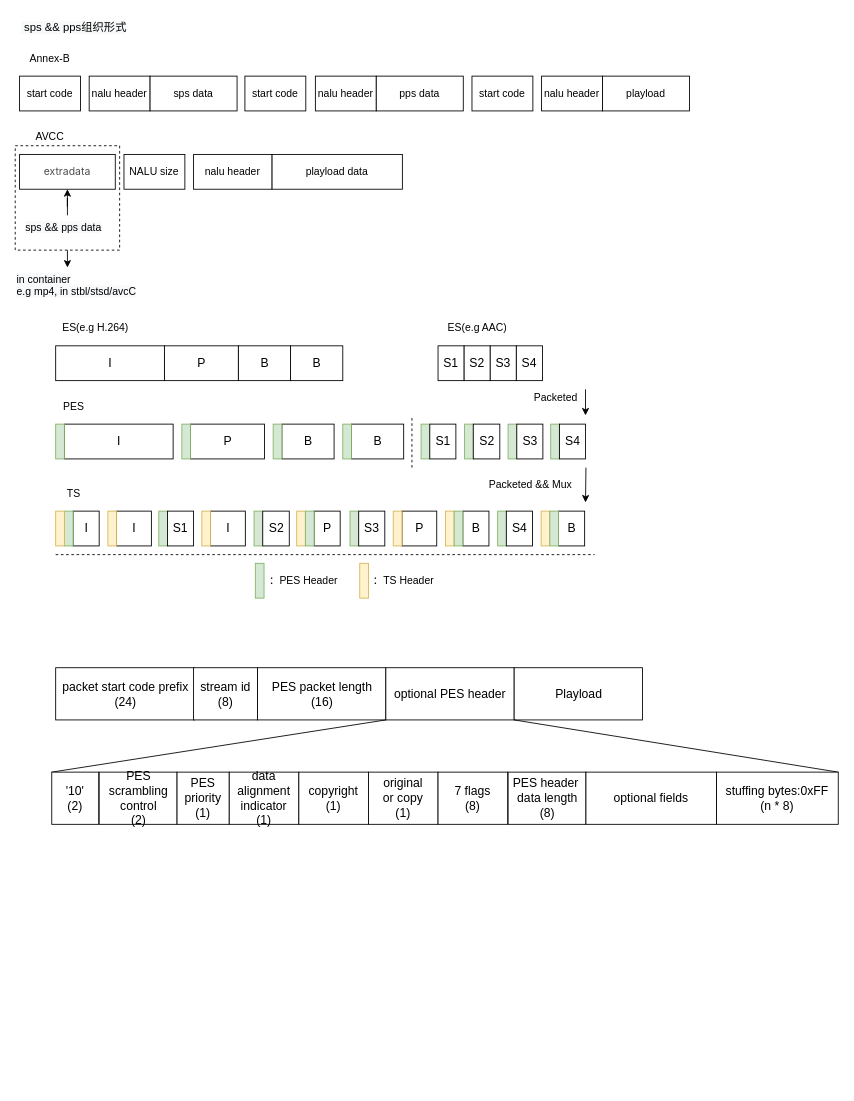
Ritchie-Lin/items keeps this draw.io diagram as drawSomething.drawio. Above is the earlier version. Source tidied: cells renumbered, new cells numbered last; positions are measured from the earlier drawing's top-left corner, leaving out a move shared by most shapes. Both pictures are drawn from the tidied source at 87%, with x=0, y=0 at pixel (15, 15).
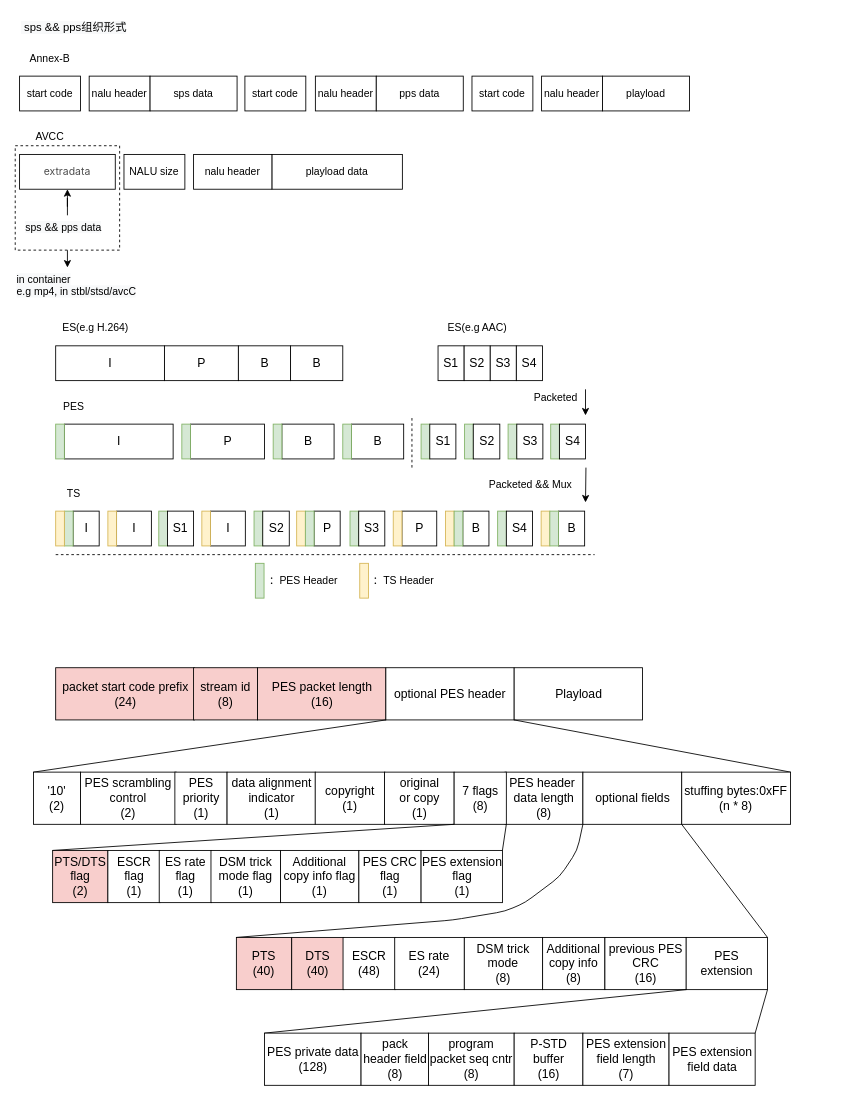
Above is the later version.

What changed in the source:
```diff
@@
-    <mxCell id="87" value="&lt;font style=&quot;font-size: 14px&quot;&gt;packet start code prefix&lt;br&gt;(24)&lt;br&gt;&lt;/font&gt;" style="rounded=0;whiteSpace=wrap;html=1;" parent="1" vertex="1">
+    <mxCell id="87" value="&lt;font style=&quot;font-size: 14px&quot;&gt;packet start code prefix&lt;br&gt;(24)&lt;br&gt;&lt;/font&gt;" style="rounded=0;whiteSpace=wrap;html=1;fillColor=#f8cecc;" parent="1" vertex="1">
       <mxGeometry x="46.5" y="750" width="159.5" height="60" as="geometry" />
     </mxCell>
-    <mxCell id="88" value="&lt;font style=&quot;font-size: 14px&quot;&gt;stream id&lt;br&gt;(8)&lt;br&gt;&lt;/font&gt;" style="rounded=0;whiteSpace=wrap;html=1;" parent="1" vertex="1">
+    <mxCell id="88" value="&lt;font style=&quot;font-size: 14px&quot;&gt;stream id&lt;br&gt;(8)&lt;br&gt;&lt;/font&gt;" style="rounded=0;whiteSpace=wrap;html=1;fillColor=#f8cecc;" parent="1" vertex="1">
       <mxGeometry x="205" y="750" width="73.5" height="60" as="geometry" />
     </mxCell>
-    <mxCell id="89" value="&lt;font style=&quot;font-size: 14px&quot;&gt;PES packet length&lt;br&gt;(16)&lt;br&gt;&lt;/font&gt;" style="rounded=0;whiteSpace=wrap;html=1;" parent="1" vertex="1">
+    <mxCell id="89" value="&lt;font style=&quot;font-size: 14px&quot;&gt;PES packet length&lt;br&gt;(16)&lt;br&gt;&lt;/font&gt;" style="rounded=0;whiteSpace=wrap;html=1;fillColor=#f8cecc;" parent="1" vertex="1">
       <mxGeometry x="278.5" y="750" width="147.5" height="60" as="geometry" />
     </mxCell>
@@
     <mxCell id="94" value="&lt;font style=&quot;font-size: 14px&quot;&gt;'10'&lt;br&gt;(2)&lt;br&gt;&lt;/font&gt;" style="rounded=0;whiteSpace=wrap;html=1;" parent="1" vertex="1">
-      <mxGeometry x="42" y="870" width="54" height="60" as="geometry" />
+      <mxGeometry x="21" y="870" width="54" height="60" as="geometry" />
     </mxCell>
     <mxCell id="95" value="&lt;font style=&quot;font-size: 14px&quot;&gt;PES scrambling control&lt;br&gt;(2)&lt;br&gt;&lt;/font&gt;" style="rounded=0;whiteSpace=wrap;html=1;" parent="1" vertex="1">
-      <mxGeometry x="96.5" y="870" width="89.5" height="60" as="geometry" />
+      <mxGeometry x="75" y="870" width="110" height="60" as="geometry" />
     </mxCell>
     <mxCell id="96" value="&lt;font style=&quot;font-size: 14px&quot;&gt;PES&lt;br&gt;priority&lt;br&gt;(1)&lt;br&gt;&lt;/font&gt;" style="rounded=0;whiteSpace=wrap;html=1;" parent="1" vertex="1">
-      <mxGeometry x="186" y="870" width="60" height="60" as="geometry" />
+      <mxGeometry x="183.5" y="870" width="60" height="60" as="geometry" />
     </mxCell>
-    <mxCell id="97" value="&lt;font style=&quot;font-size: 14px&quot;&gt;data&lt;br&gt;alignment&lt;br&gt;indicator&lt;br&gt;(1)&lt;br&gt;&lt;/font&gt;" style="rounded=0;whiteSpace=wrap;html=1;" parent="1" vertex="1">
-      <mxGeometry x="246" y="870" width="80" height="60" as="geometry" />
+    <mxCell id="97" value="&lt;font style=&quot;font-size: 14px&quot;&gt;data alignment indicator&lt;br&gt;(1)&lt;br&gt;&lt;/font&gt;" style="rounded=0;whiteSpace=wrap;html=1;" parent="1" vertex="1">
+      <mxGeometry x="243.5" y="870" width="101.5" height="60" as="geometry" />
     </mxCell>
     <mxCell id="98" value="&lt;font style=&quot;font-size: 14px&quot;&gt;copyright&lt;br&gt;(1)&lt;br&gt;&lt;/font&gt;" style="rounded=0;whiteSpace=wrap;html=1;" parent="1" vertex="1">
-      <mxGeometry x="326" y="870" width="80" height="60" as="geometry" />
+      <mxGeometry x="344.8" y="870" width="80" height="60" as="geometry" />
     </mxCell>
     <mxCell id="99" value="&lt;font style=&quot;font-size: 14px&quot;&gt;PES header&amp;nbsp;&lt;br&gt;data length&lt;br&gt;(8)&lt;br&gt;&lt;/font&gt;" style="rounded=0;whiteSpace=wrap;html=1;" parent="1" vertex="1">
-      <mxGeometry x="566.5" y="870" width="89.5" height="60" as="geometry" />
+      <mxGeometry x="563" y="870" width="89.5" height="60" as="geometry" />
     </mxCell>
     <mxCell id="100" value="&lt;font style=&quot;font-size: 14px&quot;&gt;stuffing bytes:0xFF&lt;br&gt;(n * 8)&lt;br&gt;&lt;/font&gt;" style="rounded=0;whiteSpace=wrap;html=1;" parent="1" vertex="1">
-      <mxGeometry x="806" y="870" width="140" height="60" as="geometry" />
+      <mxGeometry x="766" y="870" width="125.2" height="60" as="geometry" />
     </mxCell>
     <mxCell id="101" value="&lt;font style=&quot;font-size: 14px&quot;&gt;original&lt;br&gt;or copy&lt;br&gt;(1)&lt;br&gt;&lt;/font&gt;" style="rounded=0;whiteSpace=wrap;html=1;" parent="1" vertex="1">
-      <mxGeometry x="406" y="870" width="80" height="60" as="geometry" />
+      <mxGeometry x="424.5" y="870" width="80" height="60" as="geometry" />
     </mxCell>
     <mxCell id="102" value="&lt;font style=&quot;font-size: 14px&quot;&gt;7 flags&lt;br&gt;(8)&lt;br&gt;&lt;/font&gt;" style="rounded=0;whiteSpace=wrap;html=1;" parent="1" vertex="1">
-      <mxGeometry x="486" y="870" width="80" height="60" as="geometry" />
+      <mxGeometry x="504.5" y="870" width="60" height="60" as="geometry" />
     </mxCell>
     <mxCell id="103" value="&lt;font style=&quot;font-size: 14px&quot;&gt;optional fields&lt;br&gt;&lt;/font&gt;" style="rounded=0;whiteSpace=wrap;html=1;" parent="1" vertex="1">
-      <mxGeometry x="656" y="870" width="150" height="60" as="geometry" />
+      <mxGeometry x="652.5" y="870" width="113.5" height="60" as="geometry" />
     </mxCell>
+    <mxCell id="104" style="endArrow=none;html=1;entryX=0;entryY=1;entryDx=0;entryDy=0;exitX=0;exitY=0;exitDx=0;exitDy=0;" parent="1" edge="1" source="105" target="102">
+      <mxGeometry relative="1" as="geometry" />
+    </mxCell>
+    <mxCell id="105" value="&lt;font style=&quot;font-size: 14px&quot;&gt;PTS/DTS&lt;br&gt;flag&lt;br&gt;(2)&lt;br&gt;&lt;/font&gt;" style="rounded=0;whiteSpace=wrap;html=1;fillColor=#f8cecc;" parent="1" vertex="1">
+      <mxGeometry x="43" y="960" width="63.5" height="60" as="geometry" />
+    </mxCell>
+    <mxCell id="106" value="&lt;font style=&quot;font-size: 14px&quot;&gt;ESCR&lt;br&gt;flag&lt;br&gt;(1)&lt;br&gt;&lt;/font&gt;" style="rounded=0;whiteSpace=wrap;html=1;" parent="1" vertex="1">
+      <mxGeometry x="106.5" y="960" width="60" height="60" as="geometry" />
+    </mxCell>
+    <mxCell id="107" value="&lt;font style=&quot;font-size: 14px&quot;&gt;ES rate&lt;br&gt;flag&lt;br&gt;(1)&lt;br&gt;&lt;/font&gt;" style="rounded=0;whiteSpace=wrap;html=1;" parent="1" vertex="1">
+      <mxGeometry x="165.5" y="960" width="60" height="60" as="geometry" />
+    </mxCell>
+    <mxCell id="108" value="&lt;font style=&quot;font-size: 14px&quot;&gt;DSM trick&lt;br&gt;mode flag&lt;br&gt;(1)&lt;br&gt;&lt;/font&gt;" style="rounded=0;whiteSpace=wrap;html=1;" parent="1" vertex="1">
+      <mxGeometry x="225" y="960" width="80" height="60" as="geometry" />
+    </mxCell>
+    <mxCell id="109" value="&lt;font style=&quot;font-size: 14px&quot;&gt;Additional &lt;br&gt;copy info flag&lt;br&gt;(1)&lt;br&gt;&lt;/font&gt;" style="rounded=0;whiteSpace=wrap;html=1;" parent="1" vertex="1">
+      <mxGeometry x="305" y="960" width="90" height="60" as="geometry" />
+    </mxCell>
+    <mxCell id="110" value="&lt;font style=&quot;font-size: 14px&quot;&gt;PES CRC&lt;br&gt;flag&lt;br&gt;(1)&lt;br&gt;&lt;/font&gt;" style="rounded=0;whiteSpace=wrap;html=1;" parent="1" vertex="1">
+      <mxGeometry x="395" y="960" width="71.5" height="60" as="geometry" />
+    </mxCell>
+    <mxCell id="111" value="&lt;font style=&quot;font-size: 14px&quot;&gt;PES extension flag&lt;br&gt;(1)&lt;br&gt;&lt;/font&gt;" style="rounded=0;whiteSpace=wrap;html=1;" parent="1" vertex="1">
+      <mxGeometry x="466.5" y="960" width="93.5" height="60" as="geometry" />
+    </mxCell>
+    <mxCell id="112" style="endArrow=none;html=1;entryX=1;entryY=1;entryDx=0;entryDy=0;exitX=1;exitY=0;exitDx=0;exitDy=0;" parent="1" edge="1" source="111" target="102">
+      <mxGeometry relative="1" as="geometry" />
+    </mxCell>
+    <mxCell id="113" style="endArrow=none;html=1;entryX=0;entryY=1;entryDx=0;entryDy=0;exitX=0;exitY=0;exitDx=0;exitDy=0;" parent="1" edge="1" source="115" target="103">
+      <mxGeometry relative="1" as="geometry">
+        <Array as="points">
+          <mxPoint x="503" y="1040" />
+          <mxPoint x="563" y="1030" />
+          <mxPoint x="586" y="1020" />
+          <mxPoint x="626" y="990" />
+          <mxPoint x="646" y="960" />
+        </Array>
+      </mxGeometry>
+    </mxCell>
+    <mxCell id="114" style="endArrow=none;html=1;entryX=1;entryY=1;entryDx=0;entryDy=0;exitX=1;exitY=0;exitDx=0;exitDy=0;" parent="1" edge="1" source="122" target="103">
+      <mxGeometry relative="1" as="geometry" />
+    </mxCell>
+    <mxCell id="115" value="&lt;font style=&quot;font-size: 14px&quot;&gt;PTS&lt;br&gt;(40)&lt;br&gt;&lt;/font&gt;" style="rounded=0;whiteSpace=wrap;html=1;fillColor=#f8cecc;" parent="1" vertex="1">
+      <mxGeometry x="254.2" y="1060" width="63.5" height="60" as="geometry" />
+    </mxCell>
+    <mxCell id="116" value="&lt;font style=&quot;font-size: 14px&quot;&gt;DTS&lt;br&gt;(40)&lt;br&gt;&lt;/font&gt;" style="rounded=0;whiteSpace=wrap;html=1;fillColor=#f8cecc;" parent="1" vertex="1">
+      <mxGeometry x="317.8" y="1060" width="60" height="60" as="geometry" />
+    </mxCell>
+    <mxCell id="117" value="&lt;font style=&quot;font-size: 14px&quot;&gt;ESCR&lt;br&gt;(48)&lt;br&gt;&lt;/font&gt;" style="rounded=0;whiteSpace=wrap;html=1;" parent="1" vertex="1">
+      <mxGeometry x="376.8" y="1060" width="60" height="60" as="geometry" />
+    </mxCell>
+    <mxCell id="118" value="&lt;font style=&quot;font-size: 14px&quot;&gt;ES rate&lt;br&gt;(24)&lt;br&gt;&lt;/font&gt;" style="rounded=0;whiteSpace=wrap;html=1;" parent="1" vertex="1">
+      <mxGeometry x="436.2" y="1060" width="80" height="60" as="geometry" />
+    </mxCell>
+    <mxCell id="119" value="&lt;font style=&quot;font-size: 14px&quot;&gt;DSM trick mode&lt;br&gt;(8)&lt;br&gt;&lt;/font&gt;" style="rounded=0;whiteSpace=wrap;html=1;" parent="1" vertex="1">
+      <mxGeometry x="516.2" y="1060" width="90" height="60" as="geometry" />
+    </mxCell>
+    <mxCell id="120" value="&lt;font style=&quot;font-size: 14px&quot;&gt;Additional copy info&lt;br&gt;(8)&lt;br&gt;&lt;/font&gt;" style="rounded=0;whiteSpace=wrap;html=1;" parent="1" vertex="1">
+      <mxGeometry x="606.2" y="1060" width="71.5" height="60" as="geometry" />
+    </mxCell>
+    <mxCell id="121" value="&lt;font style=&quot;font-size: 14px&quot;&gt;previous PES&lt;br&gt;CRC&lt;br&gt;(16)&lt;br&gt;&lt;/font&gt;" style="rounded=0;whiteSpace=wrap;html=1;" parent="1" vertex="1">
+      <mxGeometry x="677.8" y="1060" width="93.5" height="60" as="geometry" />
+    </mxCell>
+    <mxCell id="122" value="&lt;font style=&quot;font-size: 14px&quot;&gt;PES&lt;br&gt;extension&lt;br&gt;&lt;/font&gt;" style="rounded=0;whiteSpace=wrap;html=1;" parent="1" vertex="1">
+      <mxGeometry x="771.2" y="1060" width="93.5" height="60" as="geometry" />
+    </mxCell>
+    <mxCell id="123" style="endArrow=none;html=1;entryX=0;entryY=1;entryDx=0;entryDy=0;exitX=0;exitY=0;exitDx=0;exitDy=0;" parent="1" edge="1" source="124" target="122">
+      <mxGeometry relative="1" as="geometry" />
+    </mxCell>
+    <mxCell id="124" value="&lt;font style=&quot;font-size: 14px&quot;&gt;PES private data&lt;br&gt;(128)&lt;br&gt;&lt;/font&gt;" style="rounded=0;whiteSpace=wrap;html=1;" parent="1" vertex="1">
+      <mxGeometry x="286.5" y="1170" width="111" height="60" as="geometry" />
+    </mxCell>
+    <mxCell id="125" value="&lt;font style=&quot;font-size: 14px&quot;&gt;pack header field&lt;br&gt;(8)&lt;br&gt;&lt;/font&gt;" style="rounded=0;whiteSpace=wrap;html=1;" parent="1" vertex="1">
+      <mxGeometry x="397.5" y="1170" width="77.5" height="60" as="geometry" />
+    </mxCell>
+    <mxCell id="126" value="&lt;font style=&quot;font-size: 14px&quot;&gt;program packet seq cntr&lt;br&gt;(8)&lt;br&gt;&lt;/font&gt;" style="rounded=0;whiteSpace=wrap;html=1;" parent="1" vertex="1">
+      <mxGeometry x="475" y="1170" width="98.5" height="60" as="geometry" />
+    </mxCell>
+    <mxCell id="127" value="&lt;font style=&quot;font-size: 14px&quot;&gt;P-STD buffer&lt;br&gt;(16)&lt;br&gt;&lt;/font&gt;" style="rounded=0;whiteSpace=wrap;html=1;" parent="1" vertex="1">
+      <mxGeometry x="573.5" y="1170" width="79" height="60" as="geometry" />
+    </mxCell>
+    <mxCell id="128" value="&lt;font style=&quot;font-size: 14px&quot;&gt;PES extension field length&lt;br&gt;(7)&lt;br&gt;&lt;/font&gt;" style="rounded=0;whiteSpace=wrap;html=1;" parent="1" vertex="1">
+      <mxGeometry x="652.5" y="1170" width="99" height="60" as="geometry" />
+    </mxCell>
+    <mxCell id="129" value="&lt;font style=&quot;font-size: 14px&quot;&gt;PES extension field data&lt;br&gt;&lt;/font&gt;" style="rounded=0;whiteSpace=wrap;html=1;" parent="1" vertex="1">
+      <mxGeometry x="751.5" y="1170" width="99" height="60" as="geometry" />
+    </mxCell>
+    <mxCell id="130" style="endArrow=none;html=1;entryX=1;entryY=1;entryDx=0;entryDy=0;exitX=1;exitY=0;exitDx=0;exitDy=0;" parent="1" edge="1" source="129" target="122">
+      <mxGeometry relative="1" as="geometry" />
+    </mxCell>
```
